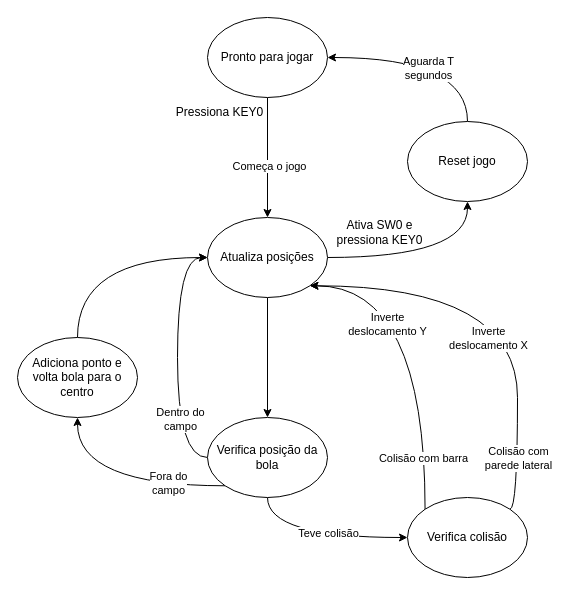
Earlier version of the draw.io diagram P2/diagramas/diagramaEstados.drawio (caio-unicamp/MC613_Best_Group). Source tidied: cells renumbered, new cells numbered last; positions are measured from the earlier drawing's top-left corner, leaving out a move shared by most shapes. Both pictures are drawn from the tidied source at 100%, with x=0, y=0 at pixel (17, 17).
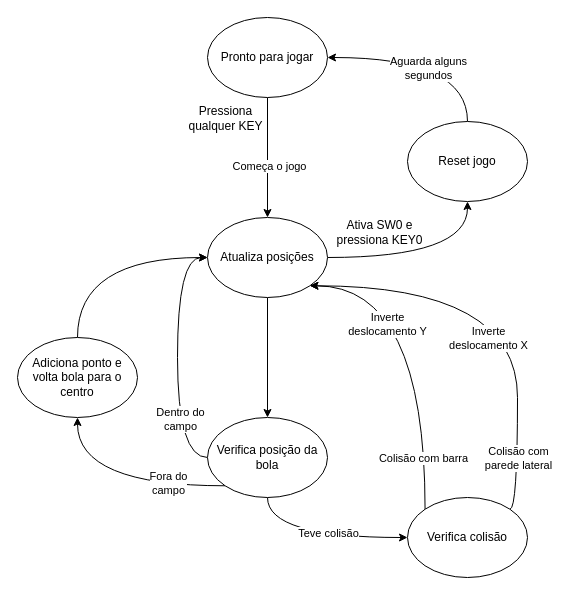
The same diagram, later.

Unchanged cells that the change refers to:
```xml
<mxCell id="24" style="edgeStyle=orthogonalEdgeStyle;rounded=0;jettySize=auto;html=1;exitX=0.5;exitY=0;exitDx=0;exitDy=0;entryX=1;entryY=0.5;entryDx=0;entryDy=0;curved=1;" parent="1" edge="1" source="26" target="4">
  <mxGeometry relative="1" as="geometry" />
</mxCell>
```

The edit, as a diff of the source:
```diff
@@
-    <mxCell id="22" value="Pressiona KEY0" style="text;html=1;whiteSpace=wrap;strokeColor=none;fillColor=none;align=center;verticalAlign=middle;rounded=0;" parent="1" vertex="1">
-      <mxGeometry x="150" y="80" width="105" height="30" as="geometry" />
+    <mxCell id="22" value="Pressiona qualquer KEY" style="text;html=1;whiteSpace=wrap;strokeColor=none;fillColor=none;align=center;verticalAlign=middle;rounded=0;" parent="1" vertex="1">
+      <mxGeometry x="156" y="86" width="105" height="30" as="geometry" />
     </mxCell>
@@
-    <mxCell id="25" value="Aguarda T&lt;div&gt;segundos&lt;/div&gt;" style="edgeLabel;html=1;align=center;verticalAlign=middle;" parent="24" vertex="1">
+    <mxCell id="25" value="Aguarda alguns&lt;div&gt;segundos&lt;/div&gt;" style="edgeLabel;html=1;align=center;verticalAlign=middle;" parent="24" vertex="1">
       <mxGeometry x="0.24" y="2" relative="1" as="geometry">
         <mxPoint x="22" y="8" as="offset" />
       </mxGeometry>
     </mxCell>
```
